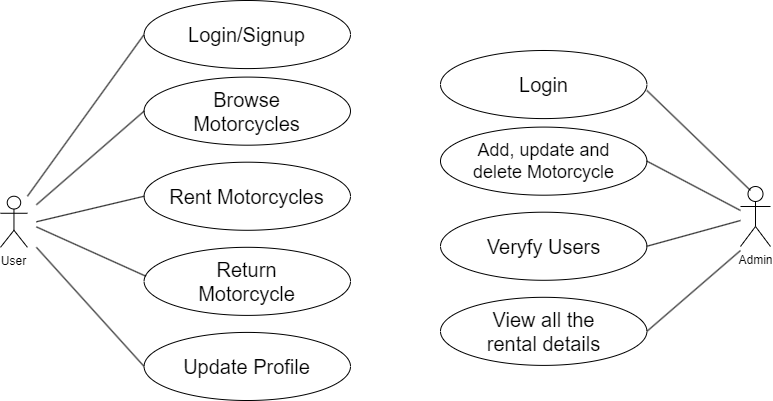
This is drawio/Usecase.drawio.png from abhijit-the-ghost/moto-rental-frontend, a draw.io export, as it was before one commit. Source tidied: cells renumbered, new cells last; positions are measured from the earlier drawing's top-left corner, leaving out a move shared by most shapes. Its diagram source:
```xml
<mxGraphModel>
  <root>
    <mxCell id="0" />
    <mxCell id="1" parent="0" />
    <mxCell id="2" style="group;" parent="1" vertex="1">
      <mxGeometry width="770" height="400" as="geometry" />
    </mxCell>
    <mxCell id="3" style="group;" parent="2" vertex="1">
      <mxGeometry width="350" height="400" as="geometry" />
    </mxCell>
    <mxCell id="4" style="ellipse;whiteSpace=wrap;html=1;" parent="3" vertex="1">
      <mxGeometry x="143.6" width="206.4" height="68.1" as="geometry" />
    </mxCell>
    <mxCell id="5" value="&lt;font style=&quot;font-size: 20px;&quot;&gt;Login/Signup&lt;/font&gt;" style="text;strokeColor=none;align=center;fillColor=none;html=1;verticalAlign=middle;whiteSpace=wrap;rounded=0;" parent="3" vertex="1">
      <mxGeometry x="168.3" y="6.4" width="157.1" height="55.3" as="geometry" />
    </mxCell>
    <mxCell id="6" value="User" style="shape=umlActor;verticalLabelPosition=bottom;verticalAlign=top;html=1;" parent="3" vertex="1">
      <mxGeometry y="195.7" width="26.9" height="51.1" as="geometry" />
    </mxCell>
    <mxCell id="7" style="ellipse;whiteSpace=wrap;html=1;" parent="3" vertex="1">
      <mxGeometry x="143.6" y="76.6" width="206.4" height="68.1" as="geometry" />
    </mxCell>
    <mxCell id="8" value="&lt;span style=&quot;font-size: 20px;&quot;&gt;Browse Motorcycles&lt;/span&gt;" style="text;strokeColor=none;align=center;fillColor=none;html=1;verticalAlign=middle;whiteSpace=wrap;rounded=0;" parent="3" vertex="1">
      <mxGeometry x="168.3" y="83" width="157.1" height="55.3" as="geometry" />
    </mxCell>
    <mxCell id="9" style="ellipse;whiteSpace=wrap;html=1;" parent="3" vertex="1">
      <mxGeometry x="143.6" y="161.7" width="206.4" height="68.1" as="geometry" />
    </mxCell>
    <mxCell id="10" value="&lt;span style=&quot;font-size: 20px;&quot;&gt;Rent Motorcycles&lt;/span&gt;" style="text;strokeColor=none;align=center;fillColor=none;html=1;verticalAlign=middle;whiteSpace=wrap;rounded=0;" parent="3" vertex="1">
      <mxGeometry x="168.3" y="168.1" width="157.1" height="55.3" as="geometry" />
    </mxCell>
    <mxCell id="11" style="ellipse;whiteSpace=wrap;html=1;" parent="3" vertex="1">
      <mxGeometry x="143.6" y="246.8" width="206.4" height="68.1" as="geometry" />
    </mxCell>
    <mxCell id="12" value="&lt;span style=&quot;font-size: 20px;&quot;&gt;Return Motorcycle&lt;/span&gt;" style="text;strokeColor=none;align=center;fillColor=none;html=1;verticalAlign=middle;whiteSpace=wrap;rounded=0;" parent="3" vertex="1">
      <mxGeometry x="168.3" y="253.2" width="157.1" height="55.3" as="geometry" />
    </mxCell>
    <mxCell id="13" style="ellipse;whiteSpace=wrap;html=1;" parent="3" vertex="1">
      <mxGeometry x="143.6" y="331.9" width="206.4" height="68.1" as="geometry" />
    </mxCell>
    <mxCell id="14" value="&lt;span style=&quot;font-size: 20px;&quot;&gt;Update Profile&lt;/span&gt;" style="text;strokeColor=none;align=center;fillColor=none;html=1;verticalAlign=middle;whiteSpace=wrap;rounded=0;" parent="3" vertex="1">
      <mxGeometry x="168.3" y="338.3" width="157.1" height="55.3" as="geometry" />
    </mxCell>
    <mxCell id="15" style="endArrow=none;html=1;" parent="3" edge="1">
      <mxGeometry relative="1" as="geometry">
        <mxPoint x="26.9" y="195.7" as="sourcePoint" />
        <mxPoint x="143.6" y="34" as="targetPoint" />
      </mxGeometry>
    </mxCell>
    <mxCell id="16" style="endArrow=none;html=1;entryX=0;entryY=0.5;entryDx=0;entryDy=0;" parent="3" edge="1" target="7">
      <mxGeometry relative="1" as="geometry">
        <mxPoint x="35.9" y="204.3" as="sourcePoint" />
      </mxGeometry>
    </mxCell>
    <mxCell id="17" style="endArrow=none;html=1;entryX=0;entryY=0.5;entryDx=0;entryDy=0;" parent="3" edge="1" target="9">
      <mxGeometry relative="1" as="geometry">
        <mxPoint x="35.9" y="221.3" as="sourcePoint" />
      </mxGeometry>
    </mxCell>
    <mxCell id="18" style="endArrow=none;html=1;entryX=0.009;entryY=0.425;entryDx=0;entryDy=0;entryPerimeter=0;" parent="3" edge="1" target="11">
      <mxGeometry relative="1" as="geometry">
        <mxPoint x="35.9" y="226.4" as="sourcePoint" />
      </mxGeometry>
    </mxCell>
    <mxCell id="19" style="endArrow=none;html=1;entryX=0;entryY=0.5;entryDx=0;entryDy=0;" parent="3" edge="1" target="13">
      <mxGeometry relative="1" as="geometry">
        <mxPoint x="35.9" y="246.8" as="sourcePoint" />
      </mxGeometry>
    </mxCell>
    <mxCell id="20" style="group;" parent="2" vertex="1">
      <mxGeometry x="440" y="50" width="330" height="314.9" as="geometry" />
    </mxCell>
    <mxCell id="21" style="ellipse;whiteSpace=wrap;html=1;" parent="20" vertex="1">
      <mxGeometry width="206.4" height="68.1" as="geometry" />
    </mxCell>
    <mxCell id="22" value="&lt;font style=&quot;font-size: 20px;&quot;&gt;Login&lt;/font&gt;" style="text;strokeColor=none;align=center;fillColor=none;html=1;verticalAlign=middle;whiteSpace=wrap;rounded=0;" parent="20" vertex="1">
      <mxGeometry x="24.7" y="6.4" width="157.1" height="55.3" as="geometry" />
    </mxCell>
    <mxCell id="23" style="ellipse;whiteSpace=wrap;html=1;" parent="20" vertex="1">
      <mxGeometry y="76.6" width="206.4" height="68.1" as="geometry" />
    </mxCell>
    <mxCell id="24" value="&lt;font style=&quot;font-size: 18px;&quot;&gt;Add, update and delete Motorcycle&lt;/font&gt;" style="text;strokeColor=none;align=center;fillColor=none;html=1;verticalAlign=middle;whiteSpace=wrap;rounded=0;" parent="20" vertex="1">
      <mxGeometry x="24.7" y="83" width="157.1" height="55.3" as="geometry" />
    </mxCell>
    <mxCell id="25" style="ellipse;whiteSpace=wrap;html=1;" parent="20" vertex="1">
      <mxGeometry y="161.7" width="206.4" height="68.1" as="geometry" />
    </mxCell>
    <mxCell id="26" value="&lt;span style=&quot;font-size: 20px;&quot;&gt;Veryfy Users&lt;/span&gt;" style="text;strokeColor=none;align=center;fillColor=none;html=1;verticalAlign=middle;whiteSpace=wrap;rounded=0;" parent="20" vertex="1">
      <mxGeometry x="24.7" y="168.1" width="157.1" height="55.3" as="geometry" />
    </mxCell>
    <mxCell id="27" style="ellipse;whiteSpace=wrap;html=1;" parent="20" vertex="1">
      <mxGeometry y="246.8" width="206.4" height="68.1" as="geometry" />
    </mxCell>
    <mxCell id="28" value="&lt;span style=&quot;font-size: 20px;&quot;&gt;View all the rental details&lt;/span&gt;" style="text;strokeColor=none;align=center;fillColor=none;html=1;verticalAlign=middle;whiteSpace=wrap;rounded=0;" parent="20" vertex="1">
      <mxGeometry x="24.7" y="253.2" width="157.1" height="55.3" as="geometry" />
    </mxCell>
    <mxCell id="29" value="Admin" style="shape=umlActor;verticalLabelPosition=bottom;verticalAlign=top;html=1;" parent="20" vertex="1">
      <mxGeometry x="300" y="136" width="30" height="60" as="geometry" />
    </mxCell>
    <mxCell id="30" style="endArrow=none;html=1;" parent="20" edge="1">
      <mxGeometry relative="1" as="geometry">
        <mxPoint x="206.4" y="40" as="sourcePoint" />
        <mxPoint x="310" y="140" as="targetPoint" />
      </mxGeometry>
    </mxCell>
    <mxCell id="31" style="endArrow=none;html=1;exitX=1;exitY=0.5;exitDx=0;exitDy=0;" parent="2" edge="1" source="23">
      <mxGeometry relative="1" as="geometry">
        <mxPoint x="740" y="210" as="targetPoint" />
      </mxGeometry>
    </mxCell>
    <mxCell id="32" style="endArrow=none;html=1;exitX=1;exitY=0.5;exitDx=0;exitDy=0;" parent="2" edge="1" source="25">
      <mxGeometry relative="1" as="geometry">
        <mxPoint x="740" y="220" as="targetPoint" />
      </mxGeometry>
    </mxCell>
    <mxCell id="33" style="endArrow=none;html=1;exitX=1;exitY=0.5;exitDx=0;exitDy=0;" parent="2" edge="1" source="27">
      <mxGeometry relative="1" as="geometry">
        <mxPoint x="740" y="250" as="targetPoint" />
      </mxGeometry>
    </mxCell>
  </root>
</mxGraphModel>
```
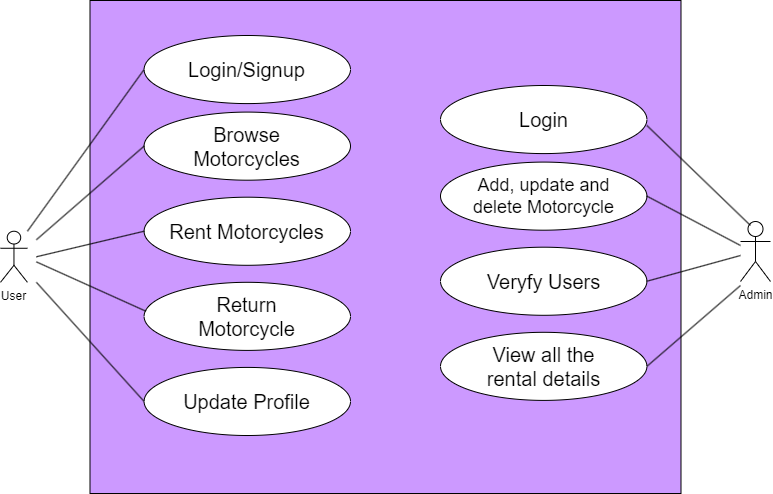
The same file after the commit.

What changed in the source:
```diff
@@ -2,6 +2,9 @@
   <root>
     <mxCell id="0" />
     <mxCell id="1" parent="0" />
+    <mxCell id="34" style="rounded=0;whiteSpace=wrap;html=1;fillColor=#CC99FF;" parent="1" vertex="1">
+      <mxGeometry x="89.5" y="-35" width="591" height="493" as="geometry" />
+    </mxCell>
     <mxCell id="2" style="group;" parent="1" vertex="1">
       <mxGeometry width="770" height="400" as="geometry" />
     </mxCell>
```
